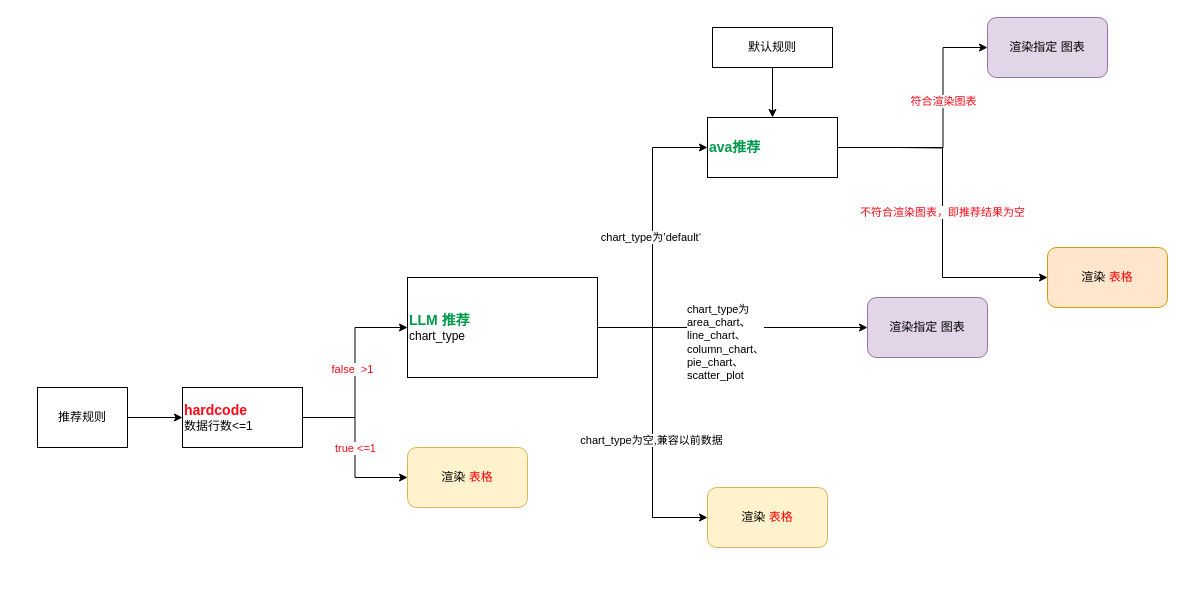
Earlier version of the draw.io diagram antv/ava 推荐规则.drawio (wbbhacker/drawFile). Source tidied: cells renumbered, new cells numbered last; positions are measured from the earlier drawing's top-left corner, leaving out a move shared by most shapes. Both pictures are drawn from the tidied source at 100%, with x=0, y=0 at pixel (37, 17).
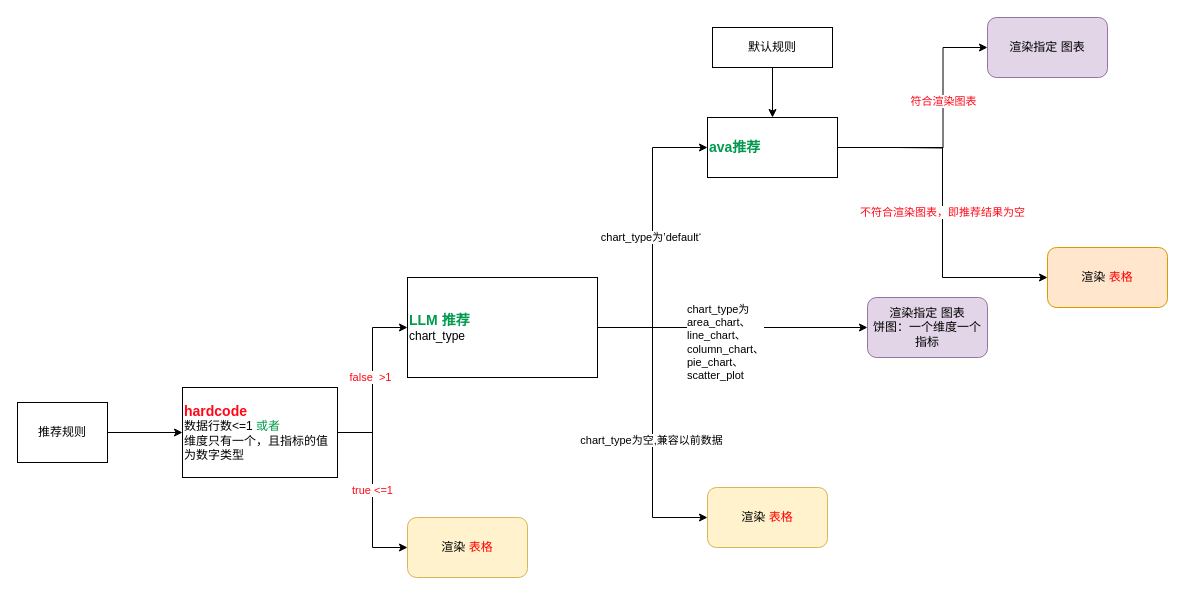
The same diagram, later.

Commit message:
更新ava 推荐规则.drawio

The edit, as a diff of the source:
```diff
@@
     <mxCell id="3" value="推荐规则" style="rounded=0;whiteSpace=wrap;html=1;" parent="1" vertex="1">
-      <mxGeometry y="370" width="90" height="60" as="geometry" />
+      <mxGeometry x="-20" y="385" width="90" height="60" as="geometry" />
     </mxCell>
@@
-    <mxCell id="10" value="渲染指定 图表" style="rounded=1;whiteSpace=wrap;html=1;fillColor=#e1d5e7;strokeColor=#9673a6;" parent="1" vertex="1">
+    <mxCell id="10" value="渲染指定 图表&lt;br&gt;饼图：一个维度一个指标" style="rounded=1;whiteSpace=wrap;html=1;fillColor=#e1d5e7;strokeColor=#9673a6;" parent="1" vertex="1">
       <mxGeometry x="830" y="280" width="120" height="60" as="geometry" />
     </mxCell>
@@
-    <mxCell id="21" value="&lt;div style=&quot;&quot;&gt;&lt;b&gt;&lt;font color=&quot;#ff0818&quot; style=&quot;font-size: 14px;&quot;&gt;hardcode&lt;/font&gt;&lt;/b&gt;&lt;/div&gt;&lt;div style=&quot;&quot;&gt;&lt;div style=&quot;&quot;&gt;数据行数&amp;lt;=1&lt;/div&gt;&lt;/div&gt;" style="rounded=0;whiteSpace=wrap;html=1;align=left;" parent="1" vertex="1">
-      <mxGeometry x="145" y="370" width="120" height="60" as="geometry" />
+    <mxCell id="21" value="&lt;div style=&quot;&quot;&gt;&lt;b&gt;&lt;font color=&quot;#ff0818&quot; style=&quot;font-size: 14px;&quot;&gt;hardcode&lt;/font&gt;&lt;/b&gt;&lt;/div&gt;&lt;div style=&quot;&quot;&gt;&lt;div style=&quot;&quot;&gt;数据行数&amp;lt;=1 &lt;font color=&quot;#00994d&quot;&gt;或者&lt;/font&gt;&lt;/div&gt;&lt;div style=&quot;&quot;&gt;维度只有一个，且指标的值为数字类型&lt;/div&gt;&lt;/div&gt;" style="rounded=0;whiteSpace=wrap;html=1;align=left;" parent="1" vertex="1">
+      <mxGeometry x="145" y="370" width="155" height="90" as="geometry" />
     </mxCell>
     <mxCell id="22" value="渲染&amp;nbsp;&lt;font color=&quot;#ff0000&quot;&gt;表格&lt;/font&gt;" style="rounded=1;whiteSpace=wrap;html=1;fillColor=#fff2cc;strokeColor=#d6b656;" parent="1" vertex="1">
-      <mxGeometry x="370" y="430" width="120" height="60" as="geometry" />
+      <mxGeometry x="370" y="500" width="120" height="60" as="geometry" />
     </mxCell>
```
